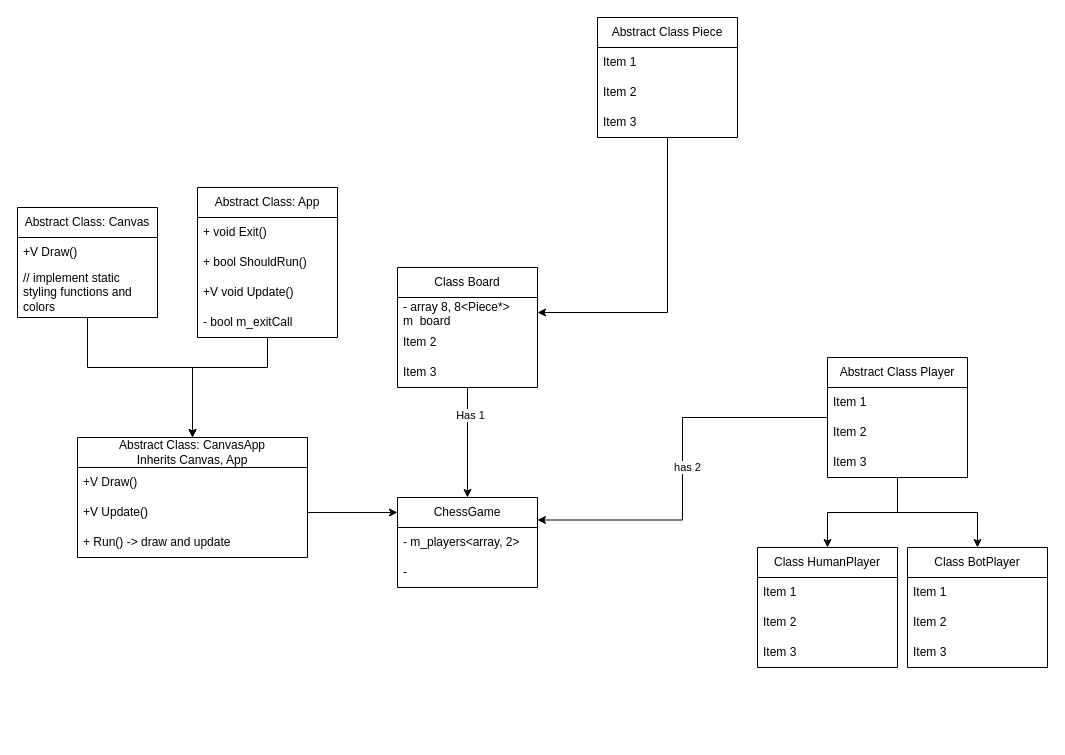
The draw.io diagram Chess.drawio in mathlon26/chess, before the edit. Source tidied: cells renumbered, new cells numbered last; positions are measured from the earlier drawing's top-left corner, leaving out a move shared by most shapes. Both pictures are drawn from the tidied source at 100%, with x=0, y=0 at pixel (17, 17).
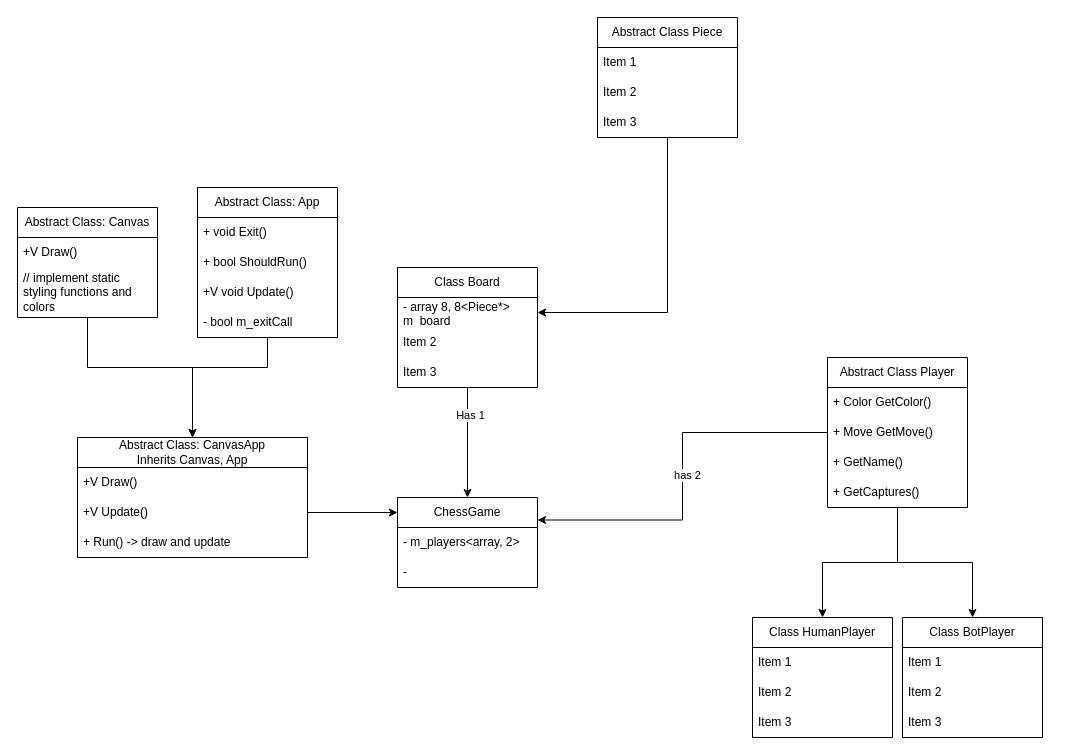
After the change.

What changed in the source:
```diff
@@
     <mxCell id="30" value="Abstract Class Player" style="swimlane;fontStyle=0;horizontal=1;startSize=30;whiteSpace=wrap;html=1;" parent="1" vertex="1">
-      <mxGeometry x="810" y="340" width="140" height="120" as="geometry" />
+      <mxGeometry x="810" y="340" width="140" height="150" as="geometry" />
     </mxCell>
-    <mxCell id="31" value="Item 1" style="text;strokeColor=none;fillColor=none;align=left;verticalAlign=middle;spacingLeft=4;spacingRight=4;overflow=hidden;whiteSpace=wrap;html=1;" parent="30" vertex="1">
+    <mxCell id="31" value="+ Color GetColor()" style="text;strokeColor=none;fillColor=none;align=left;verticalAlign=middle;spacingLeft=4;spacingRight=4;overflow=hidden;whiteSpace=wrap;html=1;" parent="30" vertex="1">
       <mxGeometry y="30" width="140" height="30" as="geometry" />
     </mxCell>
-    <mxCell id="32" value="Item 2" style="text;strokeColor=none;fillColor=none;align=left;verticalAlign=middle;spacingLeft=4;spacingRight=4;overflow=hidden;whiteSpace=wrap;html=1;" parent="30" vertex="1">
+    <mxCell id="32" value="+ Move GetMove()" style="text;strokeColor=none;fillColor=none;align=left;verticalAlign=middle;spacingLeft=4;spacingRight=4;overflow=hidden;whiteSpace=wrap;html=1;" parent="30" vertex="1">
       <mxGeometry y="60" width="140" height="30" as="geometry" />
     </mxCell>
-    <mxCell id="33" value="Item 3" style="text;strokeColor=none;fillColor=none;align=left;verticalAlign=middle;spacingLeft=4;spacingRight=4;overflow=hidden;whiteSpace=wrap;html=1;" parent="30" vertex="1">
+    <mxCell id="33" value="+ GetName()" style="text;strokeColor=none;fillColor=none;align=left;verticalAlign=middle;spacingLeft=4;spacingRight=4;overflow=hidden;whiteSpace=wrap;html=1;" parent="30" vertex="1">
       <mxGeometry y="90" width="140" height="30" as="geometry" />
     </mxCell>
+    <mxCell id="47" value="+ GetCaptures()" style="text;strokeColor=none;fillColor=none;align=left;verticalAlign=middle;spacingLeft=4;spacingRight=4;overflow=hidden;whiteSpace=wrap;html=1;" parent="30" vertex="1">
+      <mxGeometry y="120" width="140" height="30" as="geometry" />
+    </mxCell>
     <mxCell id="34" value="Class HumanPlayer" style="swimlane;fontStyle=0;horizontal=1;startSize=30;whiteSpace=wrap;html=1;" parent="1" vertex="1">
-      <mxGeometry x="740" y="530" width="140" height="120" as="geometry" />
+      <mxGeometry x="735" y="600" width="140" height="120" as="geometry" />
     </mxCell>
@@
     <mxCell id="38" value="Class BotPlayer" style="swimlane;fontStyle=0;horizontal=1;startSize=30;whiteSpace=wrap;html=1;" parent="1" vertex="1">
-      <mxGeometry x="890" y="530" width="140" height="120" as="geometry" />
+      <mxGeometry x="885" y="600" width="140" height="120" as="geometry" />
     </mxCell>
```
